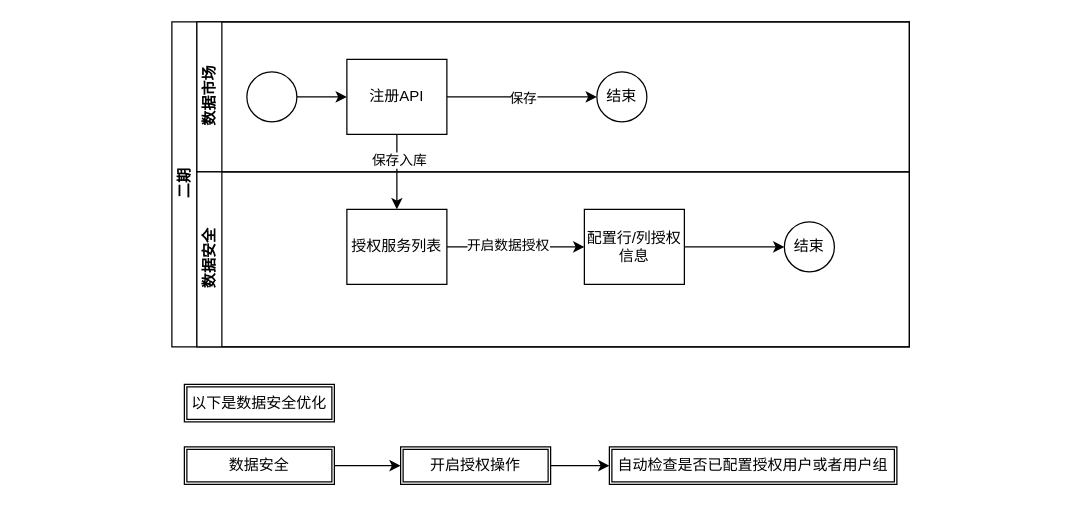
This is 数据安全.drawio from shuairongzeng/360ConsoleApp, a draw.io file, before an edit. Source tidied: cells renumbered, new cells numbered last; positions are measured from the earlier drawing's top-left corner, leaving out a move shared by most shapes. Both pictures are drawn from the tidied source at 125%, with x=0, y=0 at pixel (171, 21).
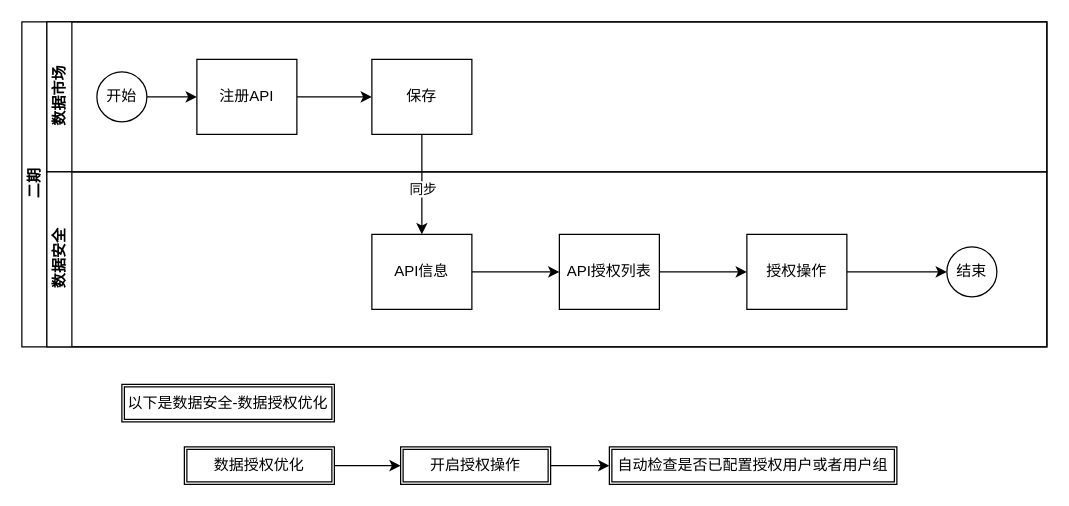
After the change.

Commit message:
更新数据安全.drawio

The change refers to these unchanged cells:
```xml
<mxCell id="11" style="edgeStyle=orthogonalEdgeStyle;rounded=0;jettySize=auto;html=1;entryX=0;entryY=0.5;entryDx=0;entryDy=0;" parent="10" edge="1" source="13" target="15">
  <mxGeometry relative="1" as="geometry" />
</mxCell>
```

What changed in the source:
```diff
@@
     <mxCell id="2" value="二期" style="swimlane;html=1;horizontal=0;startSize=20;" parent="1" vertex="1">
-      <mxGeometry width="590" height="260" as="geometry" />
+      <mxGeometry x="-120" width="820" height="260" as="geometry" />
     </mxCell>
+    <mxCell id="25" style="edgeStyle=orthogonalEdgeStyle;rounded=0;jettySize=auto;html=1;entryX=0.5;entryY=0;entryDx=0;entryDy=0;" parent="2" edge="1" source="7" target="13">
+      <mxGeometry relative="1" as="geometry" />
+    </mxCell>
+    <mxCell id="26" value="同步" style="edgeLabel;html=1;align=center;verticalAlign=middle;" parent="25" vertex="1">
+      <mxGeometry x="0.08" relative="1" as="geometry" />
+    </mxCell>
     <mxCell id="3" value="数据市场" style="swimlane;html=1;startSize=20;horizontal=0;" parent="2" vertex="1">
-      <mxGeometry x="20" width="570" height="120" as="geometry" />
+      <mxGeometry x="20" width="800" height="120" as="geometry" />
     </mxCell>
@@
-    <mxCell id="5" style="ellipse;whiteSpace=wrap;html=1;" parent="3" vertex="1">
+    <mxCell id="5" value="开始" style="ellipse;whiteSpace=wrap;html=1;" parent="3" vertex="1">
       <mxGeometry x="40" y="40" width="40" height="40" as="geometry" />
     </mxCell>
-    <mxCell id="6" style="edgeStyle=orthogonalEdgeStyle;rounded=0;jettySize=auto;html=1;" parent="3" edge="1" source="8" target="9">
-      <mxGeometry relative="1" as="geometry" />
-    </mxCell>
+    <mxCell id="27" style="edgeStyle=orthogonalEdgeStyle;rounded=0;jettySize=auto;html=1;" parent="3" edge="1" source="8" target="7">
+      <mxGeometry relative="1" as="geometry" />
+    </mxCell>
+    <mxCell id="8" value="注册API" style="rounded=0;whiteSpace=wrap;html=1;fontFamily=Helvetica;fontSize=12;fontColor=#000000;align=center;" parent="3" vertex="1">
+      <mxGeometry x="120" y="30" width="80" height="60" as="geometry" />
+    </mxCell>
-    <mxCell id="7" value="保存" style="edgeLabel;html=1;align=center;verticalAlign=middle;points=[];" parent="6" vertex="1">
-      <mxGeometry relative="1" as="geometry" />
+    <mxCell id="7" value="保存" style="rounded=0;whiteSpace=wrap;html=1;fontFamily=Helvetica;fontSize=12;fontColor=#000000;align=center;" parent="3" vertex="1">
+      <mxGeometry x="260" y="30" width="80" height="60" as="geometry" />
     </mxCell>
-    <mxCell id="8" value="注册API" style="rounded=0;whiteSpace=wrap;html=1;fontFamily=Helvetica;fontSize=12;fontColor=#000000;align=center;" parent="3" vertex="1">
-      <mxGeometry x="120" y="30" width="80" height="60" as="geometry" />
-    </mxCell>
-    <mxCell id="9" value="结束" style="ellipse;whiteSpace=wrap;html=1;" parent="3" vertex="1">
-      <mxGeometry x="320" y="40" width="40" height="40" as="geometry" />
-    </mxCell>
     <mxCell id="10" value="数据安全" style="swimlane;html=1;startSize=20;horizontal=0;" parent="2" vertex="1">
-      <mxGeometry x="20" y="120" width="570" height="140" as="geometry" />
+      <mxGeometry x="20" y="120" width="800" height="140" as="geometry" />
     </mxCell>
@@
-    <mxCell id="12" value="开启数据授权" style="edgeLabel;html=1;align=center;verticalAlign=middle;" parent="11" vertex="1">
-      <mxGeometry x="-0.12" y="2" relative="1" as="geometry" />
-    </mxCell>
-    <mxCell id="13" value="授权服务列表" style="rounded=0;whiteSpace=wrap;html=1;fontFamily=Helvetica;fontSize=12;fontColor=#000000;align=center;" parent="10" vertex="1">
-      <mxGeometry x="120" y="30" width="80" height="60" as="geometry" />
+    <mxCell id="13" value="API信息" style="rounded=0;whiteSpace=wrap;html=1;fontFamily=Helvetica;fontSize=12;fontColor=#000000;align=center;" parent="10" vertex="1">
+      <mxGeometry x="260" y="50" width="80" height="60" as="geometry" />
     </mxCell>
-    <mxCell id="14" style="edgeStyle=orthogonalEdgeStyle;rounded=0;jettySize=auto;html=1;" parent="10" edge="1" source="15" target="16">
-      <mxGeometry relative="1" as="geometry" />
-    </mxCell>
+    <mxCell id="28" style="edgeStyle=orthogonalEdgeStyle;rounded=0;jettySize=auto;html=1;" parent="10" edge="1" source="15" target="30">
+      <mxGeometry relative="1" as="geometry" />
+    </mxCell>
-    <mxCell id="15" value="配置行/列授权信息" style="rounded=0;whiteSpace=wrap;html=1;fontFamily=Helvetica;fontSize=12;fontColor=#000000;align=center;" parent="10" vertex="1">
-      <mxGeometry x="310" y="30" width="80" height="60" as="geometry" />
+    <mxCell id="15" value="API授权列表" style="rounded=0;whiteSpace=wrap;html=1;fontFamily=Helvetica;fontSize=12;fontColor=#000000;align=center;" parent="10" vertex="1">
+      <mxGeometry x="410" y="50" width="80" height="60" as="geometry" />
     </mxCell>
     <mxCell id="16" value="结束" style="ellipse;whiteSpace=wrap;html=1;" parent="10" vertex="1">
-      <mxGeometry x="470" y="40" width="40" height="40" as="geometry" />
+      <mxGeometry x="720" y="60" width="40" height="40" as="geometry" />
     </mxCell>
-    <mxCell id="17" style="edgeStyle=orthogonalEdgeStyle;rounded=0;jettySize=auto;html=1;entryX=0.5;entryY=0;entryDx=0;entryDy=0;" parent="2" edge="1" source="8" target="13">
-      <mxGeometry relative="1" as="geometry" />
-    </mxCell>
-    <mxCell id="18" value="保存入库" style="edgeLabel;html=1;align=center;verticalAlign=middle;" parent="17" vertex="1">
-      <mxGeometry x="-0.33" y="1" relative="1" as="geometry" />
-    </mxCell>
+    <mxCell id="29" style="edgeStyle=orthogonalEdgeStyle;rounded=0;jettySize=auto;html=1;" parent="10" edge="1" source="30" target="16">
+      <mxGeometry relative="1" as="geometry" />
+    </mxCell>
+    <mxCell id="30" value="授权操作" style="rounded=0;whiteSpace=wrap;html=1;fontFamily=Helvetica;fontSize=12;fontColor=#000000;align=center;" parent="10" vertex="1">
+      <mxGeometry x="560" y="50" width="80" height="60" as="geometry" />
+    </mxCell>
@@
-    <mxCell id="20" value="数据安全" style="shape=ext;double=1;rounded=0;whiteSpace=wrap;html=1;" parent="1" vertex="1">
+    <mxCell id="20" value="数据授权优化" style="shape=ext;double=1;rounded=0;whiteSpace=wrap;html=1;" parent="1" vertex="1">
       <mxGeometry x="10" y="340" width="120" height="30" as="geometry" />
     </mxCell>
@@
-    <mxCell id="24" value="以下是数据安全优化" style="shape=ext;double=1;rounded=0;whiteSpace=wrap;html=1;" parent="1" vertex="1">
-      <mxGeometry x="10" y="290" width="120" height="30" as="geometry" />
+    <mxCell id="24" value="以下是数据安全-数据授权优化" style="shape=ext;double=1;rounded=0;whiteSpace=wrap;html=1;" parent="1" vertex="1">
+      <mxGeometry x="-40" y="290" width="170" height="30" as="geometry" />
     </mxCell>
```
